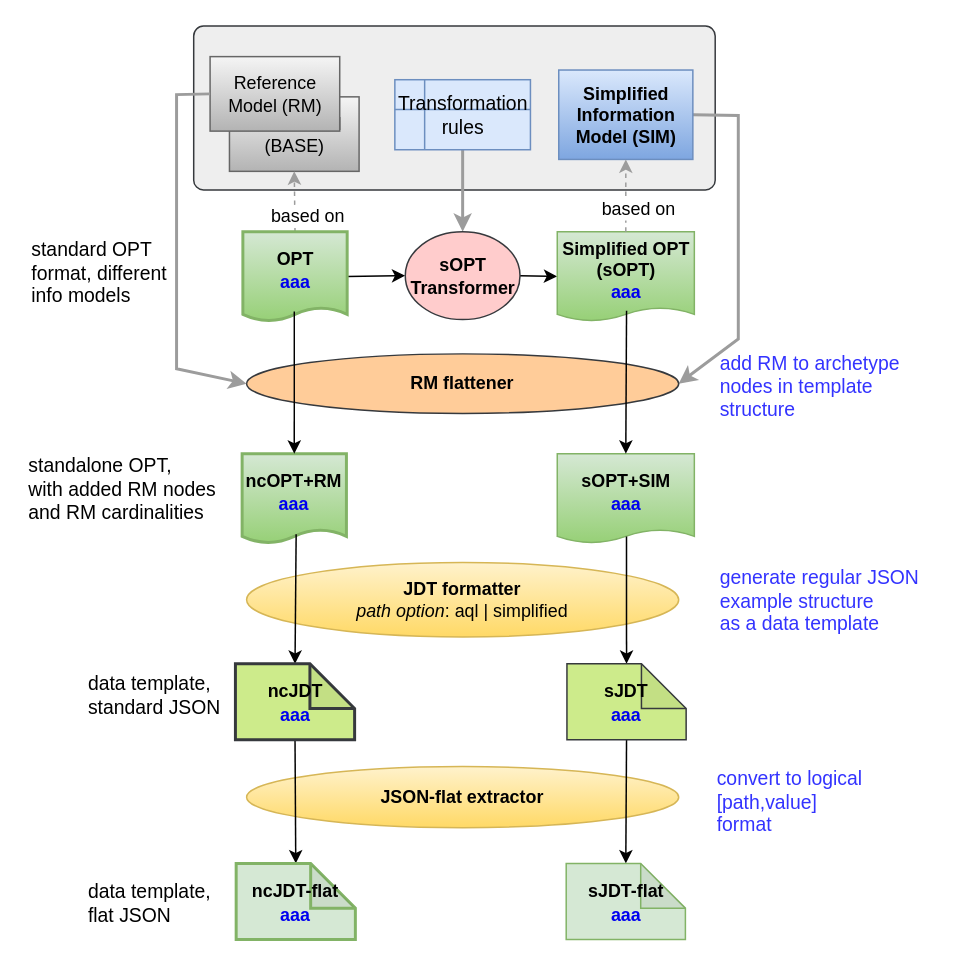
Before: docs/json_simplified_template/diagrams/simplified_template_definition.drawio in openEHR/specifications-ITS-REST, a draw.io diagram. Source tidied: cells renumbered, new cells numbered last; positions are measured from the earlier drawing's top-left corner, leaving out a move shared by most shapes. Both pictures are drawn from the tidied source at 149%, with x=0, y=0 at pixel (25, 25).
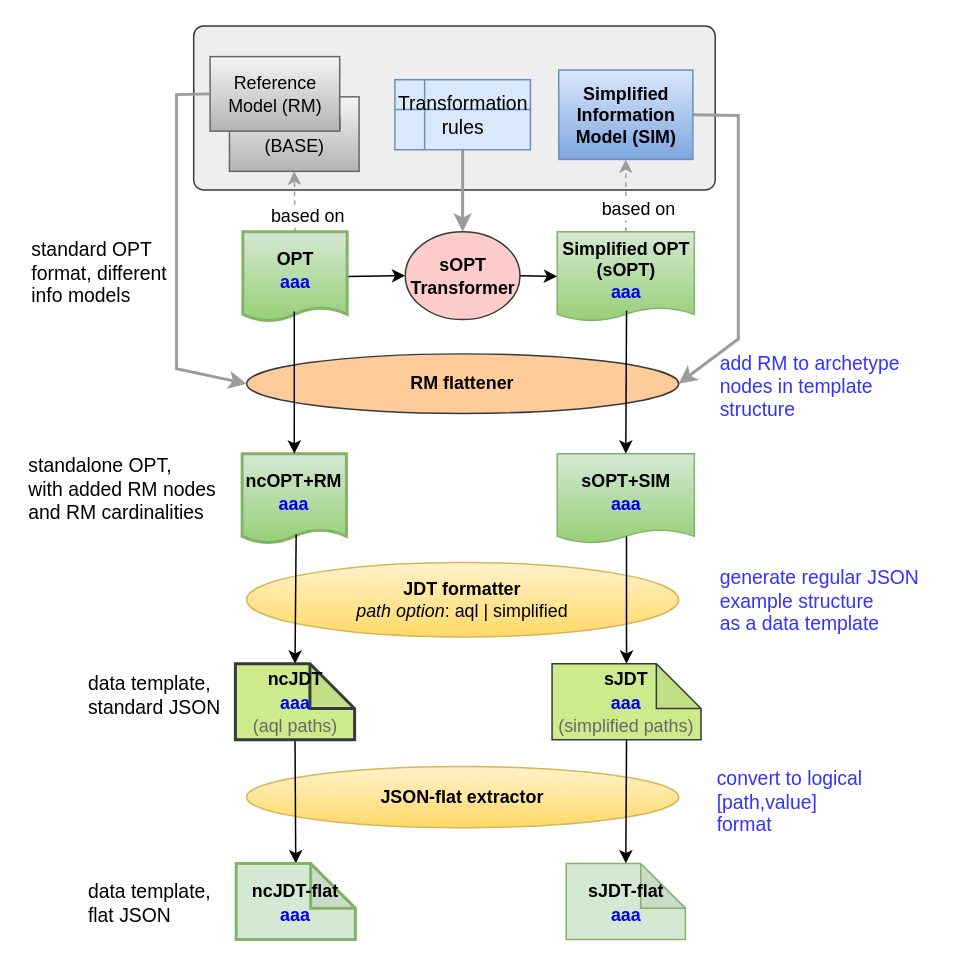
The same page after the edit.

Commit message (it also covers changes not shown here):
Slight change to main diag.

The edit, as a diff of the source:
```diff
@@
-    <mxCell id="34" value="&lt;span style=&quot;font-size: 12px ; font-weight: 700 ; white-space: normal&quot;&gt;ncJDT&lt;/span&gt;&lt;br style=&quot;font-size: 12px ; font-weight: 700 ; white-space: normal&quot;&gt;&lt;font color=&quot;#0000f0&quot; style=&quot;font-size: 12px ; font-weight: 700 ; white-space: normal&quot;&gt;aaa&lt;/font&gt;" style="shape=note;whiteSpace=wrap;html=1;backgroundOutline=1;darkOpacity=0.05;fontSize=13;align=center;fillColor=#cdeb8b;strokeColor=#36393d;strokeWidth=2;" parent="1" vertex="1">
+    <mxCell id="34" value="&lt;span style=&quot;font-size: 12px ; font-weight: 700 ; white-space: normal&quot;&gt;ncJDT&lt;/span&gt;&lt;br style=&quot;font-size: 12px ; font-weight: 700 ; white-space: normal&quot;&gt;&lt;font color=&quot;#0000f0&quot; style=&quot;font-size: 12px ; font-weight: 700 ; white-space: normal&quot;&gt;aaa&lt;br&gt;&lt;/font&gt;&lt;span style=&quot;color: rgb(105 , 105 , 105) ; font-size: 12px&quot;&gt;(aql paths)&lt;/span&gt;&lt;font color=&quot;#0000f0&quot; style=&quot;font-size: 12px ; font-weight: 700 ; white-space: normal&quot;&gt;&lt;br&gt;&lt;/font&gt;" style="shape=note;whiteSpace=wrap;html=1;backgroundOutline=1;darkOpacity=0.05;fontSize=13;align=center;fillColor=#cdeb8b;strokeColor=#36393d;strokeWidth=2;" parent="1" vertex="1">
       <mxGeometry x="140.5" y="428" width="80" height="51" as="geometry" />
     </mxCell>
-    <mxCell id="35" value="&lt;span style=&quot;font-size: 12px ; font-weight: 700 ; white-space: normal&quot;&gt;sJDT&lt;/span&gt;&lt;br style=&quot;font-size: 12px ; font-weight: 700 ; white-space: normal&quot;&gt;&lt;font color=&quot;#0000f0&quot; style=&quot;font-size: 12px ; font-weight: 700 ; white-space: normal&quot;&gt;aaa&lt;/font&gt;" style="shape=note;whiteSpace=wrap;html=1;backgroundOutline=1;darkOpacity=0.05;fontSize=13;align=center;fillColor=#cdeb8b;strokeColor=#36393d;" parent="1" vertex="1">
-      <mxGeometry x="363" y="428" width="80" height="51" as="geometry" />
+    <mxCell id="35" value="&lt;span style=&quot;font-size: 12px ; font-weight: 700 ; white-space: normal&quot;&gt;sJDT&lt;/span&gt;&lt;br style=&quot;font-size: 12px ; font-weight: 700 ; white-space: normal&quot;&gt;&lt;font style=&quot;font-size: 12px ; white-space: normal&quot;&gt;&lt;b style=&quot;color: rgb(0 , 0 , 240)&quot;&gt;aaa&lt;/b&gt;&lt;br&gt;&lt;font color=&quot;#696969&quot;&gt;(simplified paths)&lt;/font&gt;&lt;br&gt;&lt;/font&gt;" style="shape=note;whiteSpace=wrap;html=1;backgroundOutline=1;darkOpacity=0.05;fontSize=13;align=center;fillColor=#cdeb8b;strokeColor=#36393d;" parent="1" vertex="1">
+      <mxGeometry x="353" y="428" width="100" height="51" as="geometry" />
     </mxCell>
```
